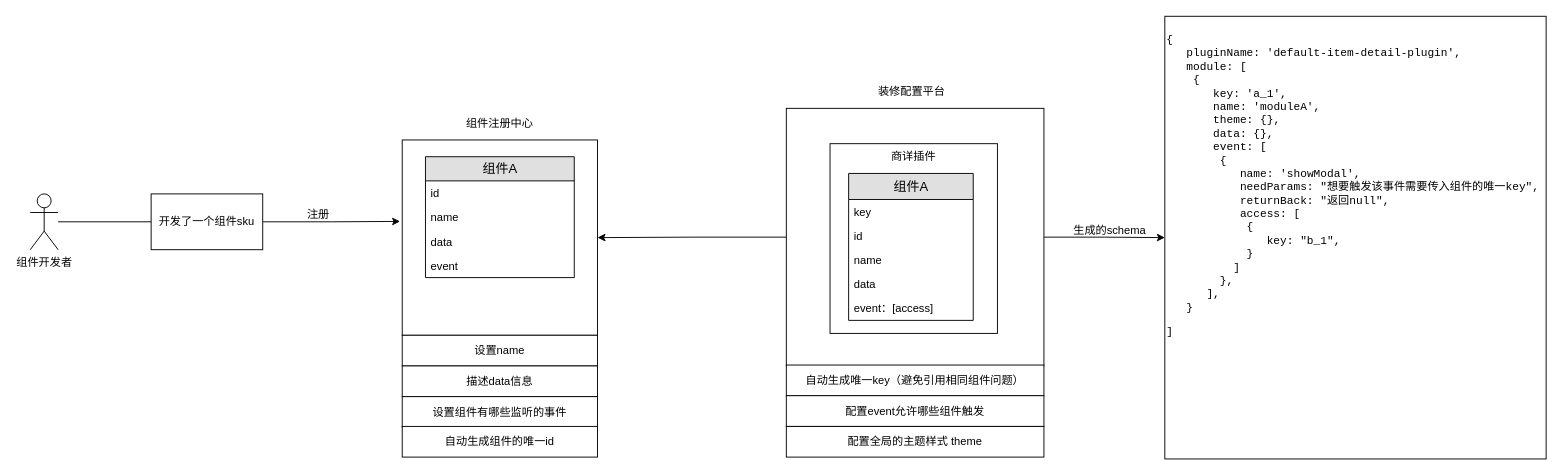
This is 事件模型.drawio from yejiaming/PFD, a draw.io file, before an edit. Source tidied: cells renumbered, new cells numbered last; positions are measured from the earlier drawing's top-left corner, leaving out a move shared by most shapes. Both pictures are drawn from the tidied source at 93%, with x=0, y=0 at pixel (30, 16).
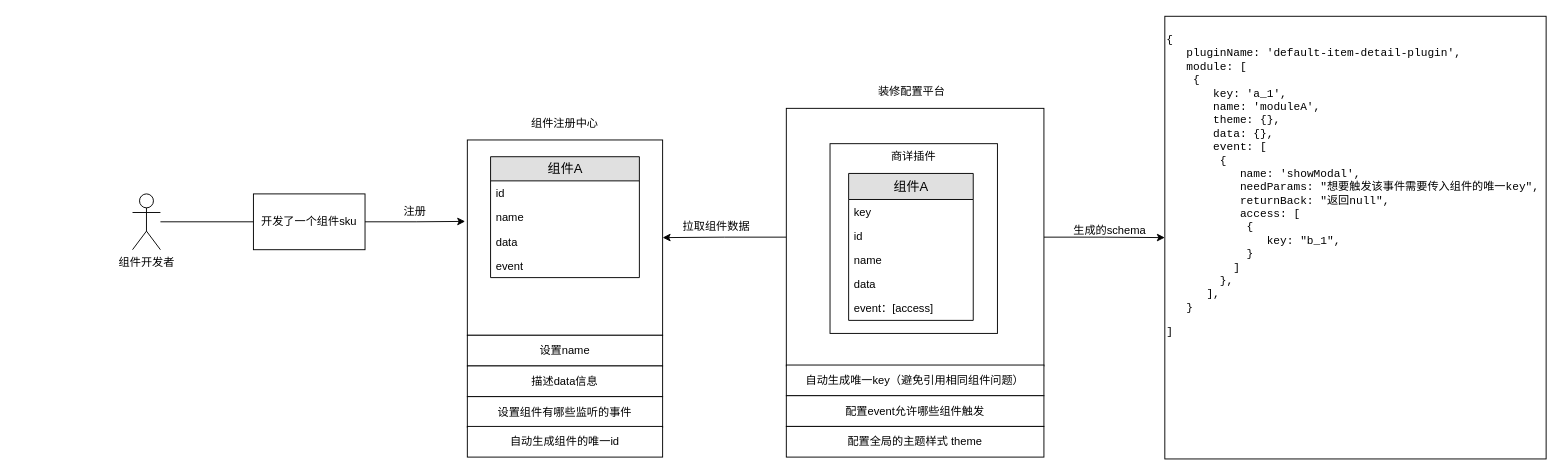
After the change.

Commit message:
更新事件模型.drawio

Change to the diagram source:
```diff
@@
     <mxCell id="6" style="edgeStyle=orthogonalEdgeStyle;rounded=0;jettySize=auto;html=1;entryX=0;entryY=0.5;entryDx=0;entryDy=0;" parent="1" edge="1" source="7" target="11">
       <mxGeometry relative="1" as="geometry">
         <Array as="points">
-          <mxPoint x="200" y="221" />
+          <mxPoint x="310" y="221" />
         </Array>
       </mxGeometry>
     </mxCell>
     <mxCell id="7" value="组件开发者" style="shape=umlActor;verticalLabelPosition=bottom;labelBackgroundColor=#ffffff;verticalAlign=top;html=1;outlineConnect=0;" parent="1" vertex="1">
-      <mxGeometry y="191" width="30" height="60" as="geometry" />
+      <mxGeometry x="110" y="191" width="30" height="60" as="geometry" />
     </mxCell>
     <mxCell id="8" style="whiteSpace=wrap;html=1;" parent="1" vertex="1">
-      <mxGeometry x="400" y="133" width="210" height="210" as="geometry" />
+      <mxGeometry x="470" y="133" width="210" height="210" as="geometry" />
     </mxCell>
     <mxCell id="9" value="组件注册中心" style="text;html=1;strokeColor=none;fillColor=none;align=center;verticalAlign=middle;whiteSpace=wrap;rounded=0;" parent="1" vertex="1">
-      <mxGeometry x="460" y="106" width="90" height="20" as="geometry" />
+      <mxGeometry x="530" y="106" width="90" height="20" as="geometry" />
     </mxCell>
@@
     <mxCell id="11" value="开发了一个组件sku" style="rounded=0;whiteSpace=wrap;html=1;" parent="1" vertex="1">
-      <mxGeometry x="130" y="191" width="120" height="60" as="geometry" />
+      <mxGeometry x="240" y="191" width="120" height="60" as="geometry" />
     </mxCell>
     <mxCell id="12" value="注册" style="text;html=1;align=left;verticalAlign=top;spacingTop=-4;" parent="1" vertex="1">
-      <mxGeometry x="296" y="203" width="40" height="20" as="geometry" />
+      <mxGeometry x="400" y="200" width="40" height="20" as="geometry" />
     </mxCell>
     <mxCell id="13" value="组件A" style="swimlane;fontStyle=0;horizontal=1;startSize=26;fillColor=#e0e0e0;swimlaneFillColor=#ffffff;align=center;fontSize=14;labelBackgroundColor=none;html=1;" parent="1" vertex="1">
-      <mxGeometry x="425" y="151" width="160" height="130" as="geometry" />
+      <mxGeometry x="495" y="151" width="160" height="130" as="geometry" />
     </mxCell>
@@
     <mxCell id="20" value="设置name" style="rounded=0;whiteSpace=wrap;html=1;labelBackgroundColor=none;align=center;" parent="1" vertex="1">
-      <mxGeometry x="400" y="343" width="210" height="33" as="geometry" />
+      <mxGeometry x="470" y="343" width="210" height="33" as="geometry" />
     </mxCell>
@@
     <mxCell id="27" value="描述data信息" style="rounded=0;whiteSpace=wrap;html=1;labelBackgroundColor=none;align=center;" parent="1" vertex="1">
-      <mxGeometry x="400" y="376" width="210" height="33" as="geometry" />
+      <mxGeometry x="470" y="376" width="210" height="33" as="geometry" />
     </mxCell>
     <mxCell id="28" value="设置组件有哪些监听的事件" style="rounded=0;whiteSpace=wrap;html=1;labelBackgroundColor=none;align=center;" parent="1" vertex="1">
-      <mxGeometry x="400" y="409" width="210" height="33" as="geometry" />
+      <mxGeometry x="470" y="409" width="210" height="33" as="geometry" />
     </mxCell>
@@
     <mxCell id="30" value="自动生成组件的唯一id" style="rounded=0;whiteSpace=wrap;html=1;labelBackgroundColor=none;align=center;" parent="1" vertex="1">
-      <mxGeometry x="400" y="441" width="210" height="33" as="geometry" />
+      <mxGeometry x="470" y="441" width="210" height="33" as="geometry" />
     </mxCell>
@@
+    <mxCell id="34" value="拉取组件数据" style="text;html=1;align=left;verticalAlign=top;spacingTop=-4;" parent="1" vertex="1">
+      <mxGeometry x="700" y="216" width="90" height="20" as="geometry" />
+    </mxCell>
```
